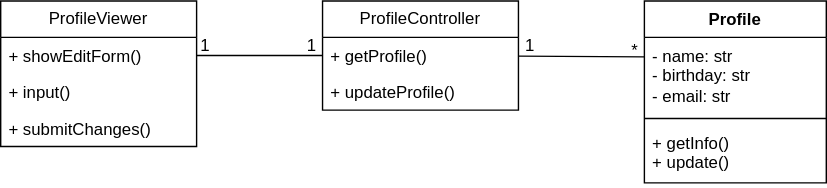
The draw.io diagram ClassDiagram 1.drawio.svg in ntmly/ThuchanhphattrienhethongTTNT, before a commit. Source tidied: cells renumbered, new cells last; positions are measured from the earlier drawing's top-left corner, leaving out a move shared by most shapes.
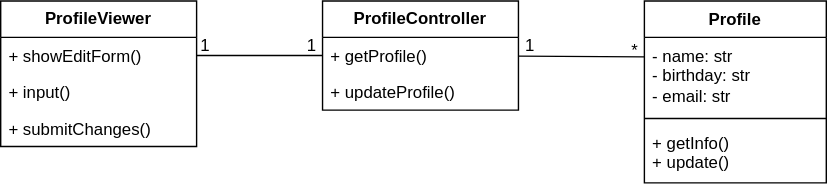
After the commit.

Commit message:
Cập nhật ClassDiagram 1.drawio.svg

The edit, as a diff of the source:
```diff
@@ -2,7 +2,7 @@
   <root>
     <mxCell id="0" />
     <mxCell id="1" parent="0" />
-    <mxCell id="2" value="ProfileViewer" style="swimlane;fontStyle=0;horizontal=1;startSize=26;fillColor=none;whiteSpace=wrap;html=1;" parent="1" vertex="1">
+    <mxCell id="2" value="ProfileViewer" style="swimlane;fontStyle=1;horizontal=1;startSize=26;fillColor=none;whiteSpace=wrap;html=1;" parent="1" vertex="1">
       <mxGeometry width="140" height="104" as="geometry" />
     </mxCell>
     <mxCell id="3" value="+ showEditForm()" style="text;strokeColor=none;fillColor=none;align=left;verticalAlign=top;spacingLeft=4;spacingRight=4;overflow=hidden;points=[[0,0.5],[1,0.5]];portConstraint=eastwest;whiteSpace=wrap;html=1;" parent="2" vertex="1">
@@ -14,7 +14,7 @@
     <mxCell id="5" value="+ submitChanges()" style="text;strokeColor=none;fillColor=none;align=left;verticalAlign=top;spacingLeft=4;spacingRight=4;overflow=hidden;whiteSpace=wrap;html=1;" parent="2" vertex="1">
       <mxGeometry y="78" width="140" height="26" as="geometry" />
     </mxCell>
-    <mxCell id="6" value="ProfileController" style="swimlane;fontStyle=0;horizontal=1;startSize=26;fillColor=none;whiteSpace=wrap;html=1;" parent="1" vertex="1">
+    <mxCell id="6" value="ProfileController" style="swimlane;fontStyle=1;horizontal=1;startSize=26;fillColor=none;whiteSpace=wrap;html=1;" parent="1" vertex="1">
       <mxGeometry x="230" width="140" height="78" as="geometry" />
     </mxCell>
     <mxCell id="7" value="+ getProfile()" style="text;strokeColor=none;fillColor=none;align=left;verticalAlign=top;spacingLeft=4;spacingRight=4;overflow=hidden;points=[[0,0.5],[1,0.5]];portConstraint=eastwest;whiteSpace=wrap;html=1;" parent="6" vertex="1">
```
